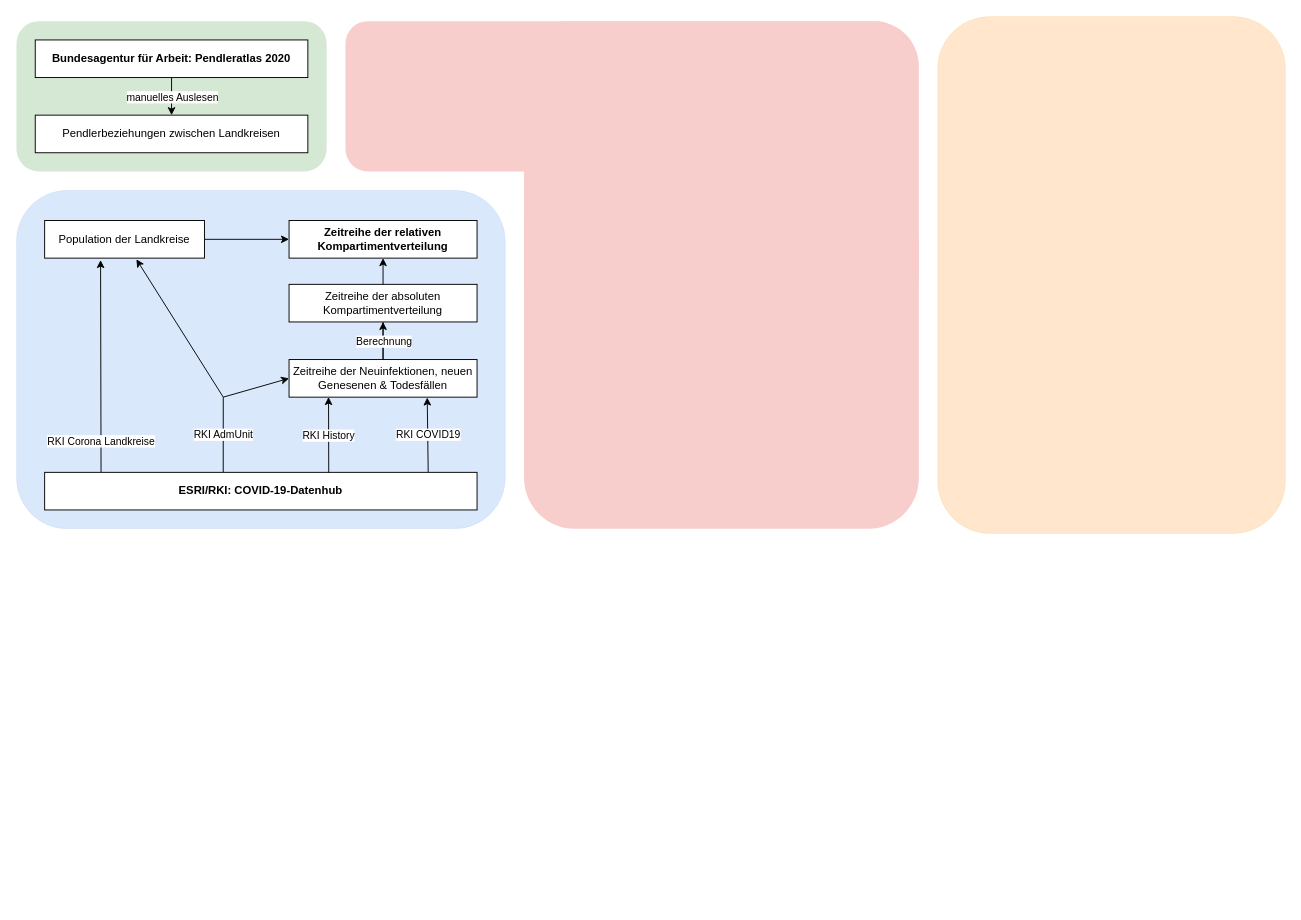
Above: Media/Flowchart.drawio in torbensun/Modeling-Of-Epidemics-With-Compartmental-And-Network-Models (draw.io), before the change. Source tidied: cells renumbered, new cells numbered last; positions are measured from the earlier drawing's top-left corner, leaving out a move shared by most shapes. Both pictures are drawn from the tidied source at 94%, with x=0, y=0 at pixel (16, 16).
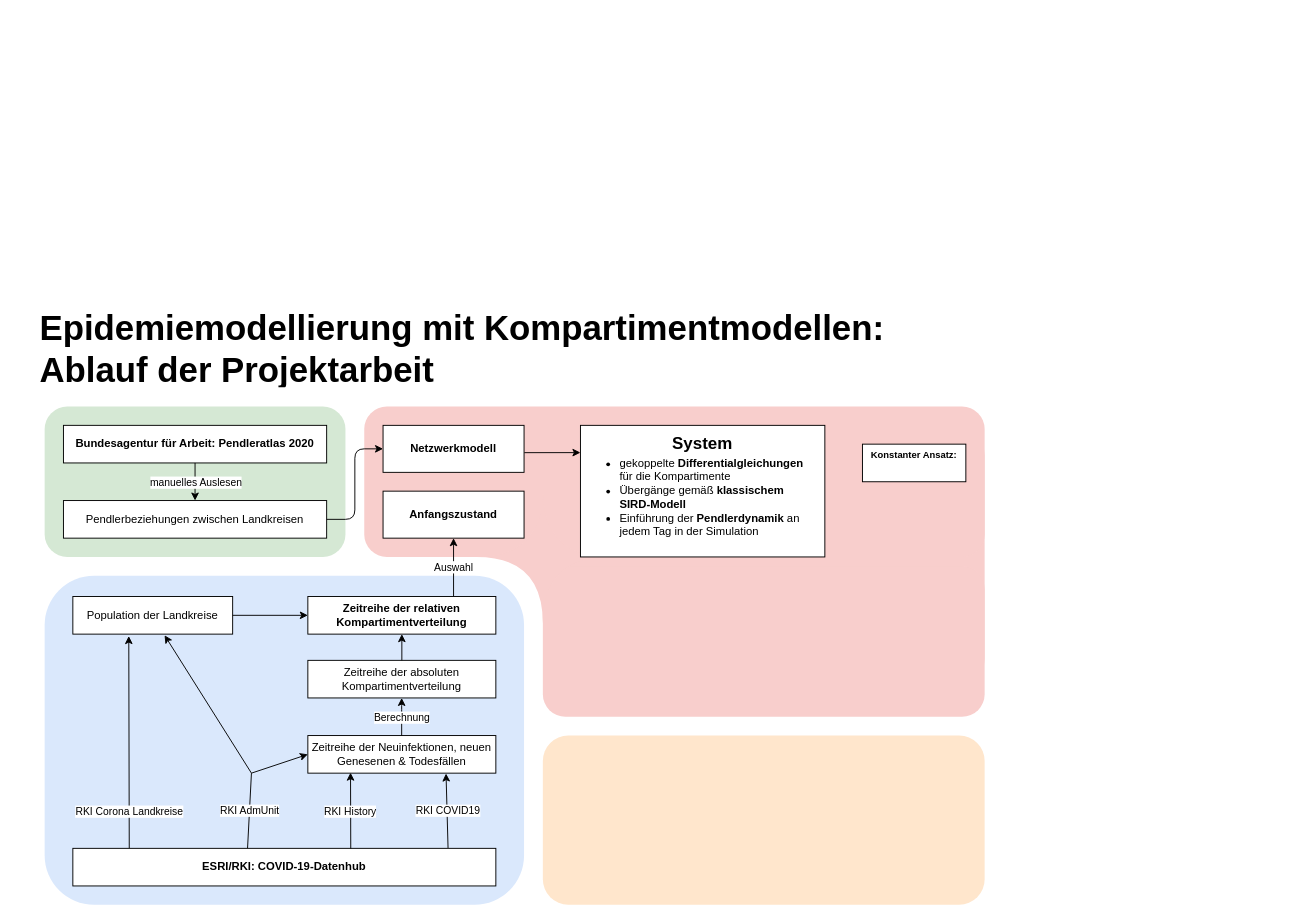
The same page after the edit.

Change to the diagram source:
```diff
@@
-    <mxCell id="2" style="rounded=1;whiteSpace=wrap;html=1;strokeWidth=0;fillColor=#dae8fc;strokeColor=#6c8ebf;" parent="1" vertex="1">
-      <mxGeometry y="185" width="520" height="360" as="geometry" />
+    <mxCell id="2" style="rounded=1;whiteSpace=wrap;html=1;strokeWidth=0;fillColor=#dae8fc;strokeColor=none;" parent="1" vertex="1">
+      <mxGeometry x="30" y="595" width="510" height="350" as="geometry" />
     </mxCell>
     <mxCell id="3" style="endArrow=classic;html=1;entryX=0.35;entryY=1.051;entryDx=0;entryDy=0;entryPerimeter=0;" parent="1" edge="1" target="17">
       <mxGeometry relative="1" as="geometry">
-        <mxPoint x="90" y="485" as="sourcePoint" />
+        <mxPoint x="120" y="885" as="sourcePoint" />
       </mxGeometry>
     </mxCell>
     <mxCell id="4" value="RKI Corona Landkreise" style="edgeLabel;html=1;align=center;verticalAlign=middle;" parent="3" vertex="1">
       <mxGeometry relative="1" as="geometry">
-        <mxPoint y="79" as="offset" />
+        <mxPoint y="73" as="offset" />
       </mxGeometry>
     </mxCell>
     <mxCell id="5" value="&lt;b&gt;ESRI/RKI: COVID-19-Datenhub&lt;/b&gt;" style="rounded=0;whiteSpace=wrap;html=1;" parent="1" vertex="1">
-      <mxGeometry x="30" y="485" width="460" height="40" as="geometry" />
+      <mxGeometry x="60" y="885" width="450" height="40" as="geometry" />
     </mxCell>
-    <mxCell id="6" style="endArrow=classic;html=1;entryX=0.21;entryY=0.997;entryDx=0;entryDy=0;entryPerimeter=0;exitX=0.657;exitY=0.006;exitDx=0;exitDy=0;exitPerimeter=0;" parent="1" edge="1" source="5" target="12">
+    <mxCell id="6" style="endArrow=classic;html=1;exitX=0.657;exitY=0.006;exitDx=0;exitDy=0;exitPerimeter=0;entryX=0.227;entryY=0.987;entryDx=0;entryDy=0;entryPerimeter=0;" parent="1" edge="1" source="5" target="12">
       <mxGeometry relative="1" as="geometry" />
     </mxCell>
@@
     <mxCell id="10" style="endArrow=none;html=1;exitX=0.413;exitY=-0.005;exitDx=0;exitDy=0;exitPerimeter=0;endFill=0;" parent="1" edge="1" source="5">
       <mxGeometry relative="1" as="geometry">
-        <mxPoint x="220" y="405" as="targetPoint" />
+        <mxPoint x="250" y="805" as="targetPoint" />
       </mxGeometry>
     </mxCell>
@@
     <mxCell id="12" value="Zeitreihe der Neuinfektionen, neuen Genesenen &amp;amp; Todesfällen" style="rounded=0;whiteSpace=wrap;html=1;" parent="1" vertex="1">
-      <mxGeometry x="290" y="365" width="200" height="40" as="geometry" />
+      <mxGeometry x="310" y="765" width="200" height="40" as="geometry" />
     </mxCell>
     <mxCell id="13" style="endArrow=classic;html=1;entryX=0;entryY=0.5;entryDx=0;entryDy=0;" parent="1" edge="1" target="12">
       <mxGeometry relative="1" as="geometry">
-        <mxPoint x="220" y="405" as="sourcePoint" />
+        <mxPoint x="250" y="805" as="sourcePoint" />
       </mxGeometry>
     </mxCell>
-    <mxCell id="14" style="edgeStyle=orthogonalEdgeStyle;rounded=1;jumpStyle=none;jettySize=auto;html=1;endArrow=none;endFill=0;" parent="1" edge="1" source="15" target="12">
-      <mxGeometry relative="1" as="geometry" />
-    </mxCell>
     <mxCell id="15" value="Zeitreihe der absoluten Kompartimentverteilung" style="rounded=0;whiteSpace=wrap;html=1;" parent="1" vertex="1">
-      <mxGeometry x="290" y="285" width="200" height="40" as="geometry" />
+      <mxGeometry x="310" y="685" width="200" height="40" as="geometry" />
     </mxCell>
     <mxCell id="16" value="&lt;b&gt;Zeitreihe der relativen Kompartimentverteilung&lt;/b&gt;" style="rounded=0;whiteSpace=wrap;html=1;" parent="1" vertex="1">
-      <mxGeometry x="290" y="217.1" width="200" height="40" as="geometry" />
+      <mxGeometry x="310" y="617.1" width="200" height="40" as="geometry" />
     </mxCell>
     <mxCell id="17" value="Population der Landkreise" style="rounded=0;whiteSpace=wrap;html=1;" parent="1" vertex="1">
-      <mxGeometry x="30" y="217.1" width="170" height="40" as="geometry" />
+      <mxGeometry x="60" y="617.1" width="170" height="40" as="geometry" />
     </mxCell>
@@
     <mxCell id="19" style="endArrow=classic;html=1;entryX=0.574;entryY=1.03;entryDx=0;entryDy=0;entryPerimeter=0;" parent="1" edge="1" target="17">
       <mxGeometry relative="1" as="geometry">
-        <mxPoint x="220" y="405" as="sourcePoint" />
+        <mxPoint x="250" y="805" as="sourcePoint" />
       </mxGeometry>
     </mxCell>
-    <mxCell id="20" style="endArrow=classic;html=1;exitX=0.5;exitY=0;exitDx=0;exitDy=0;" parent="1" edge="1" source="12">
+    <mxCell id="20" style="endArrow=classic;html=1;exitX=0.5;exitY=0;exitDx=0;exitDy=0;entryX=0.5;entryY=1;entryDx=0;entryDy=0;" parent="1" edge="1">
       <mxGeometry relative="1" as="geometry">
-        <mxPoint x="390" y="325" as="targetPoint" />
+        <mxPoint x="409.8" y="765" as="sourcePoint" />
+        <mxPoint x="409.8" y="725" as="targetPoint" />
+        <Array as="points">
+          <mxPoint x="409.8" y="735" />
+        </Array>
       </mxGeometry>
     </mxCell>
@@
     <mxCell id="23" style="rounded=1;whiteSpace=wrap;html=1;strokeWidth=0;fillColor=#d5e8d4;strokeColor=none;" parent="1" vertex="1">
-      <mxGeometry y="5" width="330" height="160" as="geometry" />
+      <mxGeometry x="30" y="415" width="320" height="160" as="geometry" />
     </mxCell>
     <mxCell id="24" style="rounded=1;whiteSpace=wrap;html=1;strokeWidth=0;fillColor=#f8cecc;strokeColor=none;" parent="1" vertex="1">
-      <mxGeometry x="540" y="5" width="420" height="320" as="geometry" />
+      <mxGeometry x="570" y="420" width="460" height="310" as="geometry" />
     </mxCell>
     <mxCell id="25" style="rounded=1;whiteSpace=wrap;html=1;strokeWidth=0;fillColor=#f8cecc;strokeColor=none;" parent="1" vertex="1">
-      <mxGeometry x="350" y="5" width="590" height="160" as="geometry" />
+      <mxGeometry x="370" y="415" width="660" height="160" as="geometry" />
     </mxCell>
-    <mxCell id="26" style="rounded=1;whiteSpace=wrap;html=1;strokeWidth=0;fillColor=#ffe6cc;strokeColor=#d79b00;" parent="1" vertex="1">
-      <mxGeometry x="980" width="370" height="550" as="geometry" />
+    <mxCell id="26" style="rounded=1;whiteSpace=wrap;html=1;strokeWidth=0;fillColor=#ffe6cc;strokeColor=none;" parent="1" vertex="1">
+      <mxGeometry x="560" y="765" width="470" height="180" as="geometry" />
     </mxCell>
     <mxCell id="27" value="&lt;b&gt;Bundesagentur für Arbeit: Pendleratlas 2020&lt;/b&gt;" style="rounded=0;whiteSpace=wrap;html=1;" parent="1" vertex="1">
-      <mxGeometry x="20" y="25" width="290" height="40" as="geometry" />
+      <mxGeometry x="50" y="435" width="280" height="40" as="geometry" />
     </mxCell>
     <mxCell id="28" value="Pendlerbeziehungen zwischen Landkreisen" style="rounded=0;whiteSpace=wrap;html=1;" parent="1" vertex="1">
-      <mxGeometry x="20" y="105" width="290" height="40" as="geometry" />
+      <mxGeometry x="50" y="515" width="280" height="40" as="geometry" />
     </mxCell>
@@
     <mxCell id="31" style="rounded=1;whiteSpace=wrap;html=1;strokeWidth=0;fillColor=#f8cecc;strokeColor=none;" parent="1" vertex="1">
-      <mxGeometry x="540" y="185" width="420" height="360" as="geometry" />
+      <mxGeometry x="560" y="585" width="470" height="160" as="geometry" />
     </mxCell>
+    <mxCell id="32" style="shape=switch;whiteSpace=wrap;html=1;strokeWidth=0;rotation=-45;fillColor=#f8cecc;strokeColor=none;" parent="1" vertex="1">
+      <mxGeometry x="510" y="525" width="100" height="100" as="geometry" />
+    </mxCell>
+    <mxCell id="33" value="&lt;b&gt;Netzwerkmodell&lt;br&gt;&lt;/b&gt;" style="rounded=0;whiteSpace=wrap;html=1;" parent="1" vertex="1">
+      <mxGeometry x="390" y="435" width="150" height="50" as="geometry" />
+    </mxCell>
+    <mxCell id="34" value="&lt;b&gt;Anfangszustand&lt;br&gt;&lt;/b&gt;" style="rounded=0;whiteSpace=wrap;html=1;" parent="1" vertex="1">
+      <mxGeometry x="390" y="505" width="150" height="50" as="geometry" />
+    </mxCell>
+    <mxCell id="35" style="edgeStyle=elbowEdgeStyle;elbow=horizontal;endArrow=classic;html=1;entryX=0;entryY=0.5;entryDx=0;entryDy=0;exitX=1;exitY=0.5;exitDx=0;exitDy=0;" parent="1" edge="1" source="28" target="33">
+      <mxGeometry relative="1" as="geometry">
+        <Array as="points">
+          <mxPoint x="360" y="495" />
+        </Array>
+      </mxGeometry>
+    </mxCell>
+    <mxCell id="36" value="&lt;h1&gt;&lt;font style=&quot;font-size: 37px&quot;&gt;Epidemiemodellierung mit Kompartimentmodellen: Ablauf der Projektarbeit&lt;/font&gt;&lt;/h1&gt;" style="text;html=1;strokeColor=none;fillColor=none;spacing=5;spacingTop=-20;whiteSpace=wrap;overflow=hidden;rounded=0;" parent="1" vertex="1">
+      <mxGeometry x="20" y="305" width="930" height="90" as="geometry" />
+    </mxCell>
+    <mxCell id="37" style="endArrow=classic;html=1;exitX=0.775;exitY=-0.006;exitDx=0;exitDy=0;exitPerimeter=0;entryX=0.5;entryY=1;entryDx=0;entryDy=0;" parent="1" edge="1" source="16" target="34">
+      <mxGeometry relative="1" as="geometry" />
+    </mxCell>
+    <mxCell id="38" value="Auswahl" style="edgeLabel;html=1;align=center;verticalAlign=middle;" parent="37" vertex="1">
+      <mxGeometry relative="1" as="geometry">
+        <mxPoint x="-1" as="offset" />
+      </mxGeometry>
+    </mxCell>
+    <mxCell id="39" style="rounded=0;whiteSpace=wrap;html=1;strokeWidth=1;" parent="1" vertex="1">
+      <mxGeometry x="600" y="435" width="260" height="140" as="geometry" />
+    </mxCell>
+    <mxCell id="40" value="&lt;b style=&quot;font-size: 18px;&quot;&gt;System&lt;/b&gt;" style="text;html=1;strokeColor=none;fillColor=none;align=center;verticalAlign=middle;whiteSpace=wrap;rounded=0;fontSize=18;" parent="1" vertex="1">
+      <mxGeometry x="710" y="445" width="40" height="20" as="geometry" />
+    </mxCell>
+    <mxCell id="41" value="&lt;ul&gt;&lt;li&gt;gekoppelte &lt;b&gt;Differentialgleichungen &lt;/b&gt;für die Kompartimente&lt;/li&gt;&lt;li&gt;Übergänge gemäß &lt;b&gt;klassischem SIRD-Modell&lt;/b&gt;&lt;/li&gt;&lt;li&gt;Einführung der &lt;b&gt;Pendlerdynamik&lt;/b&gt;&amp;nbsp;an jedem Tag in der Simulation&lt;/li&gt;&lt;/ul&gt;" style="text;strokeColor=none;fillColor=none;html=1;whiteSpace=wrap;verticalAlign=middle;overflow=hidden;" parent="1" vertex="1">
+      <mxGeometry x="600" y="455" width="240" height="112.5" as="geometry" />
+    </mxCell>
+    <mxCell id="42" style="endArrow=classic;html=1;fontSize=18;exitX=1.002;exitY=0.581;exitDx=0;exitDy=0;exitPerimeter=0;" parent="1" edge="1" source="33">
+      <mxGeometry relative="1" as="geometry">
+        <mxPoint x="600" y="464" as="targetPoint" />
+      </mxGeometry>
+    </mxCell>
+    <mxCell id="43" value="&lt;font size=&quot;1&quot;&gt;&lt;b&gt;Konstanter Ansatz:&lt;br&gt;&lt;br&gt;&lt;/b&gt;&lt;/font&gt;" style="rounded=0;whiteSpace=wrap;html=1;fontSize=18;strokeWidth=1;" parent="1" vertex="1">
+      <mxGeometry x="900" y="455" width="110" height="40" as="geometry" />
+    </mxCell>
```
